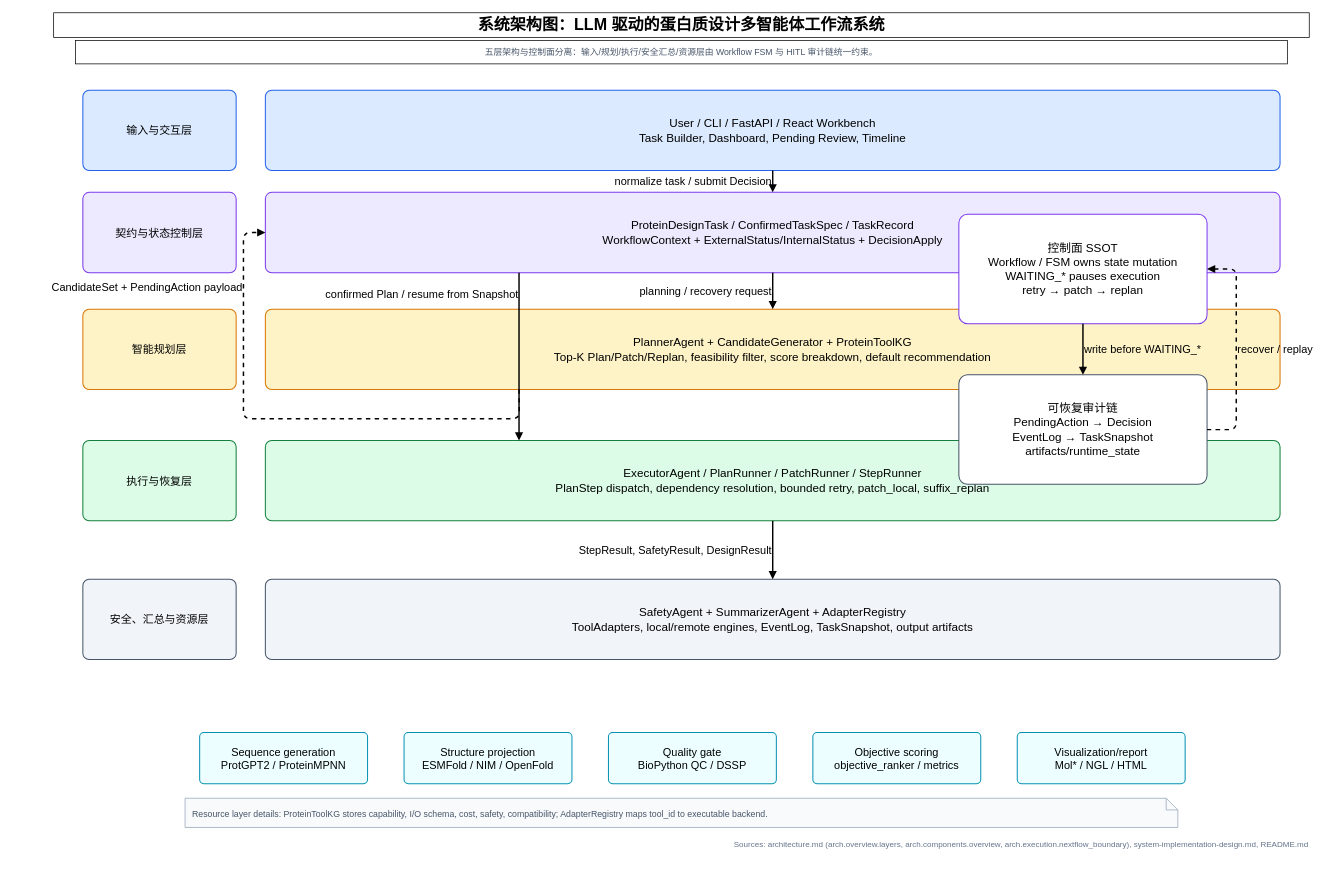
Before: paper/figures/system-architecture.drawio in Yuri-Kon/thesis-project, a draw.io diagram. Source tidied: cells renumbered, new cells numbered last; positions are measured from the earlier drawing's top-left corner, leaving out a move shared by most shapes. Both pictures are drawn from the tidied source at 73%, with x=0, y=0 at pixel (53, 12).
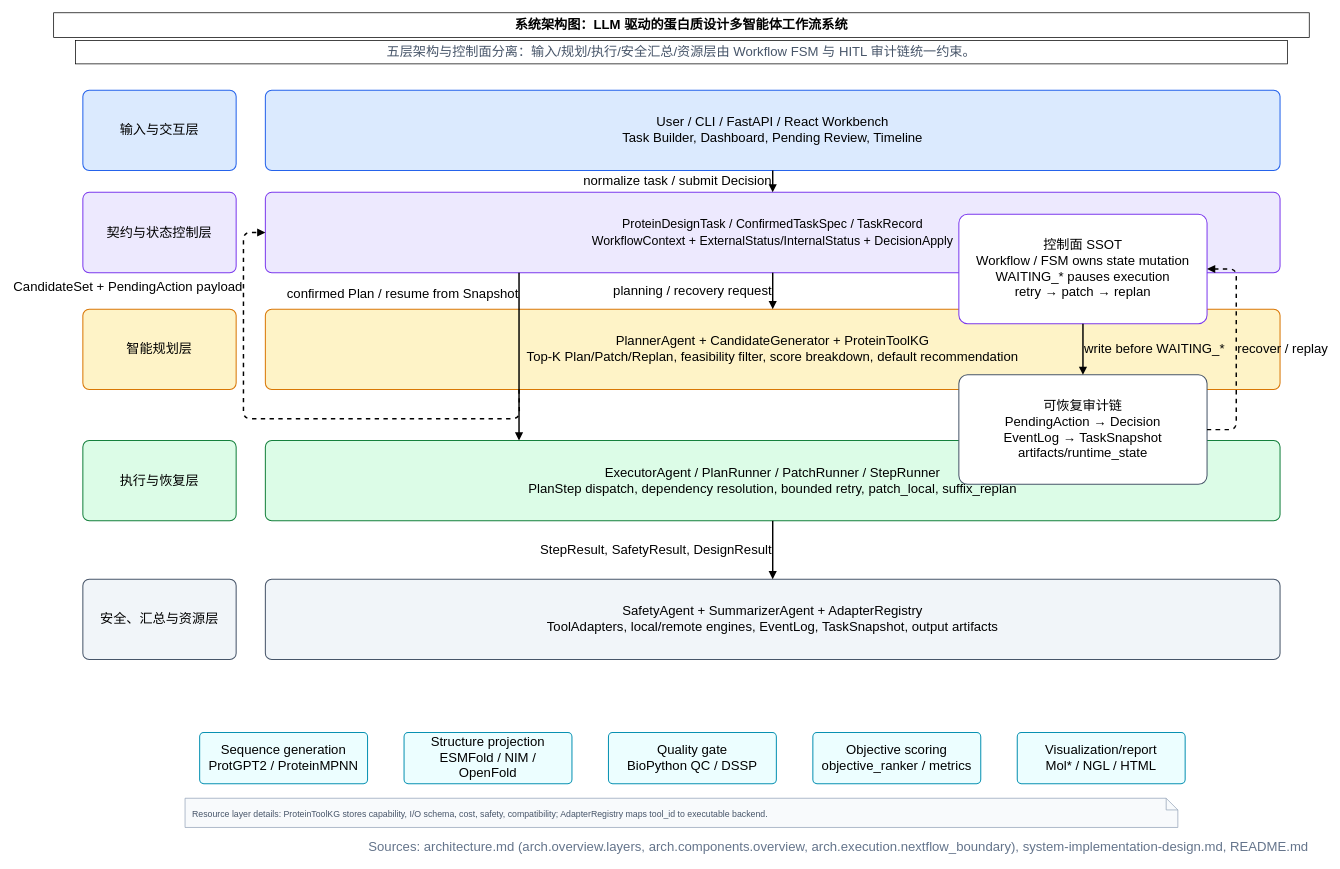
After the change.

Diff of the diagram source:
```diff
@@
+    <mxCell id="7" value="&lt;font style=&quot;font-size: 17px;&quot;&gt;ProteinDesignTask / ConfirmedTaskSpec / TaskRecord&lt;br&gt;WorkflowContext + ExternalStatus/InternalStatus + DecisionApply&lt;/font&gt;" style="rounded=1;whiteSpace=wrap;html=1;arcSize=8;fillColor=#EDE9FE;strokeColor=#7C3AED;strokeWidth=1.4;fontFamily=Helvetica;fontSize=18;align=center;verticalAlign=middle;spacing=8;" parent="1" vertex="1">
+      <mxGeometry x="290" y="246" width="1390" height="110" as="geometry" />
+    </mxCell>
-    <mxCell id="2" value="系统架构图：LLM 驱动的蛋白质设计多智能体工作流系统" style="fontFamily=Helvetica;fontSize=22;fontStyle=1;align=center;verticalAlign=middle;whiteSpace=wrap;html=1;" parent="1" vertex="1">
+    <mxCell id="2" value="系统架构图：LLM 驱动的蛋白质设计多智能体工作流系统" style="fontFamily=Helvetica;fontSize=18;fontStyle=1;align=center;verticalAlign=middle;whiteSpace=wrap;html=1;" parent="1" vertex="1">
       <mxGeometry width="1720" height="34" as="geometry" />
     </mxCell>
-    <mxCell id="3" value="五层架构与控制面分离：输入/规划/执行/安全汇总/资源层由 Workflow FSM 与 HITL 审计链统一约束。" style="fontFamily=Helvetica;fontSize=12;fontColor=#475569;align=center;verticalAlign=middle;whiteSpace=wrap;html=1;" parent="1" vertex="1">
+    <mxCell id="3" value="五层架构与控制面分离：输入/规划/执行/安全汇总/资源层由 Workflow FSM 与 HITL 审计链统一约束。" style="fontFamily=Helvetica;fontSize=18;fontColor=#475569;align=center;verticalAlign=middle;whiteSpace=wrap;html=1;" parent="1" vertex="1">
       <mxGeometry x="30" y="38" width="1660" height="32" as="geometry" />
     </mxCell>
-    <mxCell id="4" value="输入与交互层" style="rounded=1;whiteSpace=wrap;html=1;arcSize=8;fillColor=#DBEAFE;strokeColor=#2563EB;strokeWidth=1.4;fontFamily=Helvetica;fontSize=15;align=center;verticalAlign=middle;spacing=8;" parent="1" vertex="1">
+    <mxCell id="4" value="输入与交互层" style="rounded=1;whiteSpace=wrap;html=1;arcSize=8;fillColor=#DBEAFE;strokeColor=#2563EB;strokeWidth=1.4;fontFamily=Helvetica;fontSize=18;align=center;verticalAlign=middle;spacing=8;" parent="1" vertex="1">
       <mxGeometry x="40" y="106" width="210" height="110" as="geometry" />
     </mxCell>
-    <mxCell id="5" value="User / CLI / FastAPI / React Workbench&lt;br&gt;Task Builder, Dashboard, Pending Review, Timeline" style="rounded=1;whiteSpace=wrap;html=1;arcSize=8;fillColor=#DBEAFE;strokeColor=#2563EB;strokeWidth=1.4;fontFamily=Helvetica;fontSize=16;align=center;verticalAlign=middle;spacing=8;" parent="1" vertex="1">
+    <mxCell id="5" value="User / CLI / FastAPI / React Workbench&lt;br&gt;Task Builder, Dashboard, Pending Review, Timeline" style="rounded=1;whiteSpace=wrap;html=1;arcSize=8;fillColor=#DBEAFE;strokeColor=#2563EB;strokeWidth=1.4;fontFamily=Helvetica;fontSize=18;align=center;verticalAlign=middle;spacing=8;" parent="1" vertex="1">
       <mxGeometry x="290" y="106" width="1390" height="110" as="geometry" />
     </mxCell>
-    <mxCell id="6" value="契约与状态控制层" style="rounded=1;whiteSpace=wrap;html=1;arcSize=8;fillColor=#EDE9FE;strokeColor=#7C3AED;strokeWidth=1.4;fontFamily=Helvetica;fontSize=15;align=center;verticalAlign=middle;spacing=8;" parent="1" vertex="1">
+    <mxCell id="6" value="契约与状态控制层" style="rounded=1;whiteSpace=wrap;html=1;arcSize=8;fillColor=#EDE9FE;strokeColor=#7C3AED;strokeWidth=1.4;fontFamily=Helvetica;fontSize=18;align=center;verticalAlign=middle;spacing=8;" parent="1" vertex="1">
       <mxGeometry x="40" y="246" width="210" height="110" as="geometry" />
     </mxCell>
-    <mxCell id="7" value="ProteinDesignTask / ConfirmedTaskSpec / TaskRecord&lt;br&gt;WorkflowContext + ExternalStatus/InternalStatus + DecisionApply" style="rounded=1;whiteSpace=wrap;html=1;arcSize=8;fillColor=#EDE9FE;strokeColor=#7C3AED;strokeWidth=1.4;fontFamily=Helvetica;fontSize=16;align=center;verticalAlign=middle;spacing=8;" parent="1" vertex="1">
-      <mxGeometry x="290" y="246" width="1390" height="110" as="geometry" />
-    </mxCell>
-    <mxCell id="8" value="智能规划层" style="rounded=1;whiteSpace=wrap;html=1;arcSize=8;fillColor=#FEF3C7;strokeColor=#D97706;strokeWidth=1.4;fontFamily=Helvetica;fontSize=15;align=center;verticalAlign=middle;spacing=8;" parent="1" vertex="1">
+    <mxCell id="8" value="智能规划层" style="rounded=1;whiteSpace=wrap;html=1;arcSize=8;fillColor=#FEF3C7;strokeColor=#D97706;strokeWidth=1.4;fontFamily=Helvetica;fontSize=18;align=center;verticalAlign=middle;spacing=8;" parent="1" vertex="1">
       <mxGeometry x="40" y="406" width="210" height="110" as="geometry" />
     </mxCell>
-    <mxCell id="9" value="PlannerAgent + CandidateGenerator + ProteinToolKG&lt;br&gt;Top-K Plan/Patch/Replan, feasibility filter, score breakdown, default recommendation" style="rounded=1;whiteSpace=wrap;html=1;arcSize=8;fillColor=#FEF3C7;strokeColor=#D97706;strokeWidth=1.4;fontFamily=Helvetica;fontSize=16;align=center;verticalAlign=middle;spacing=8;" parent="1" vertex="1">
+    <mxCell id="9" value="PlannerAgent + CandidateGenerator + ProteinToolKG&lt;br&gt;Top-K Plan/Patch/Replan, feasibility filter, score breakdown, default recommendation" style="rounded=1;whiteSpace=wrap;html=1;arcSize=8;fillColor=#FEF3C7;strokeColor=#D97706;strokeWidth=1.4;fontFamily=Helvetica;fontSize=18;align=center;verticalAlign=middle;spacing=8;" parent="1" vertex="1">
       <mxGeometry x="290" y="406" width="1390" height="110" as="geometry" />
     </mxCell>
-    <mxCell id="10" value="执行与恢复层" style="rounded=1;whiteSpace=wrap;html=1;arcSize=8;fillColor=#DCFCE7;strokeColor=#15803D;strokeWidth=1.4;fontFamily=Helvetica;fontSize=15;align=center;verticalAlign=middle;spacing=8;" parent="1" vertex="1">
+    <mxCell id="10" value="执行与恢复层" style="rounded=1;whiteSpace=wrap;html=1;arcSize=8;fillColor=#DCFCE7;strokeColor=#15803D;strokeWidth=1.4;fontFamily=Helvetica;fontSize=18;align=center;verticalAlign=middle;spacing=8;" parent="1" vertex="1">
       <mxGeometry x="40" y="586" width="210" height="110" as="geometry" />
     </mxCell>
-    <mxCell id="11" value="ExecutorAgent / PlanRunner / PatchRunner / StepRunner&lt;br&gt;PlanStep dispatch, dependency resolution, bounded retry, patch_local, suffix_replan" style="rounded=1;whiteSpace=wrap;html=1;arcSize=8;fillColor=#DCFCE7;strokeColor=#15803D;strokeWidth=1.4;fontFamily=Helvetica;fontSize=16;align=center;verticalAlign=middle;spacing=8;" parent="1" vertex="1">
+    <mxCell id="11" value="ExecutorAgent / PlanRunner / PatchRunner / StepRunner&lt;br&gt;PlanStep dispatch, dependency resolution, bounded retry, patch_local, suffix_replan" style="rounded=1;whiteSpace=wrap;html=1;arcSize=8;fillColor=#DCFCE7;strokeColor=#15803D;strokeWidth=1.4;fontFamily=Helvetica;fontSize=18;align=center;verticalAlign=middle;spacing=8;" parent="1" vertex="1">
       <mxGeometry x="290" y="586" width="1390" height="110" as="geometry" />
     </mxCell>
-    <mxCell id="12" value="安全、汇总与资源层" style="rounded=1;whiteSpace=wrap;html=1;arcSize=8;fillColor=#F1F5F9;strokeColor=#475569;strokeWidth=1.4;fontFamily=Helvetica;fontSize=15;align=center;verticalAlign=middle;spacing=8;" parent="1" vertex="1">
+    <mxCell id="12" value="安全、汇总与资源层" style="rounded=1;whiteSpace=wrap;html=1;arcSize=8;fillColor=#F1F5F9;strokeColor=#475569;strokeWidth=1.4;fontFamily=Helvetica;fontSize=18;align=center;verticalAlign=middle;spacing=8;" parent="1" vertex="1">
       <mxGeometry x="40" y="776" width="210" height="110" as="geometry" />
     </mxCell>
-    <mxCell id="13" value="SafetyAgent + SummarizerAgent + AdapterRegistry&lt;br&gt;ToolAdapters, local/remote engines, EventLog, TaskSnapshot, output artifacts" style="rounded=1;whiteSpace=wrap;html=1;arcSize=8;fillColor=#F1F5F9;strokeColor=#475569;strokeWidth=1.4;fontFamily=Helvetica;fontSize=16;align=center;verticalAlign=middle;spacing=8;" parent="1" vertex="1">
+    <mxCell id="13" value="SafetyAgent + SummarizerAgent + AdapterRegistry&lt;br&gt;ToolAdapters, local/remote engines, EventLog, TaskSnapshot, output artifacts" style="rounded=1;whiteSpace=wrap;html=1;arcSize=8;fillColor=#F1F5F9;strokeColor=#475569;strokeWidth=1.4;fontFamily=Helvetica;fontSize=18;align=center;verticalAlign=middle;spacing=8;" parent="1" vertex="1">
       <mxGeometry x="290" y="776" width="1390" height="110" as="geometry" />
     </mxCell>
-    <mxCell id="14" value="normalize task / submit Decision" style="endArrow=block;html=1;rounded=1;strokeWidth=2;fontSize=15;fontFamily=Helvetica;labelBackgroundColor=none;labelPosition=left;verticalLabelPosition=middle;align=right;verticalAlign=middle;" parent="1" edge="1" source="5" target="7">
+    <mxCell id="14" value="normalize task / submit Decision" style="endArrow=block;html=1;rounded=1;strokeWidth=2;fontSize=18;fontFamily=Helvetica;labelBackgroundColor=none;labelPosition=left;verticalLabelPosition=middle;align=right;verticalAlign=middle;" parent="1" edge="1" source="5" target="7">
       <mxGeometry relative="1" as="geometry" />
     </mxCell>
-    <mxCell id="15" value="planning / recovery request" style="endArrow=block;html=1;rounded=1;strokeWidth=2;fontSize=15;fontFamily=Helvetica;labelBackgroundColor=none;entryX=0.5;entryY=0;entryDx=0;entryDy=0;exitX=0.5;exitY=1;exitDx=0;exitDy=0;labelPosition=left;verticalLabelPosition=middle;align=right;verticalAlign=middle;" parent="1" edge="1" source="7" target="9">
+    <mxCell id="15" value="planning / recovery request" style="endArrow=block;html=1;rounded=1;strokeWidth=2;fontSize=18;fontFamily=Helvetica;labelBackgroundColor=none;entryX=0.5;entryY=0;entryDx=0;entryDy=0;exitX=0.5;exitY=1;exitDx=0;exitDy=0;labelPosition=left;verticalLabelPosition=middle;align=right;verticalAlign=middle;" parent="1" edge="1" source="7" target="9">
       <mxGeometry relative="1" as="geometry" />
     </mxCell>
-    <mxCell id="16" value="CandidateSet + PendingAction payload" style="endArrow=block;html=1;rounded=1;strokeWidth=2;fontSize=15;fontFamily=Helvetica;labelBackgroundColor=none;dashed=1;exitX=0.25;exitY=1;exitDx=0;exitDy=0;entryX=0;entryY=0.5;entryDx=0;entryDy=0;labelPosition=left;verticalLabelPosition=middle;align=right;verticalAlign=middle;" parent="1" edge="1" source="9" target="7">
+    <mxCell id="16" value="CandidateSet + PendingAction payload" style="endArrow=block;html=1;rounded=1;strokeWidth=2;fontSize=18;fontFamily=Helvetica;labelBackgroundColor=none;dashed=1;exitX=0.25;exitY=1;exitDx=0;exitDy=0;entryX=0;entryY=0.5;entryDx=0;entryDy=0;labelPosition=left;verticalLabelPosition=middle;align=right;verticalAlign=middle;" parent="1" edge="1" source="9" target="7">
       <mxGeometry x="0.7" relative="1" as="geometry">
         <Array as="points">
           <mxPoint x="638" y="556" />
           <mxPoint x="260" y="556" />
           <mxPoint x="260" y="301" />
         </Array>
       </mxGeometry>
     </mxCell>
-    <mxCell id="17" value="confirmed Plan / resume from Snapshot" style="endArrow=block;html=1;rounded=1;strokeWidth=2;fontSize=15;fontFamily=Helvetica;labelBackgroundColor=none;exitX=0.25;exitY=1;exitDx=0;exitDy=0;entryX=0.25;entryY=0;entryDx=0;entryDy=0;labelPosition=left;verticalLabelPosition=middle;align=right;verticalAlign=middle;" parent="1" edge="1" source="7" target="11">
+    <mxCell id="17" value="confirmed Plan / resume from Snapshot" style="endArrow=block;html=1;rounded=1;strokeWidth=2;fontSize=18;fontFamily=Helvetica;labelBackgroundColor=none;exitX=0.25;exitY=1;exitDx=0;exitDy=0;entryX=0.25;entryY=0;entryDx=0;entryDy=0;labelPosition=left;verticalLabelPosition=middle;align=right;verticalAlign=middle;" parent="1" edge="1" source="7" target="11">
       <mxGeometry x="-0.74" relative="1" as="geometry">
         <mxPoint y="-1" as="offset" />
       </mxGeometry>
     </mxCell>
-    <mxCell id="18" value="StepResult, SafetyResult, DesignResult" style="endArrow=block;html=1;rounded=1;strokeWidth=2;fontSize=15;fontFamily=Helvetica;labelBackgroundColor=none;labelPosition=left;verticalLabelPosition=middle;align=right;verticalAlign=middle;" parent="1" edge="1" source="11" target="13">
+    <mxCell id="18" value="StepResult, SafetyResult, DesignResult" style="endArrow=block;html=1;rounded=1;strokeWidth=2;fontSize=18;fontFamily=Helvetica;labelBackgroundColor=none;labelPosition=left;verticalLabelPosition=middle;align=right;verticalAlign=middle;" parent="1" edge="1" source="11" target="13">
       <mxGeometry relative="1" as="geometry" />
     </mxCell>
-    <mxCell id="19" value="控制面 SSOT&lt;br&gt;Workflow / FSM owns state mutation&lt;br&gt;WAITING_* pauses execution&lt;br&gt;retry → patch → replan" style="rounded=1;whiteSpace=wrap;html=1;arcSize=8;fillColor=#FFFFFF;strokeColor=#7C3AED;strokeWidth=1.4;fontFamily=Helvetica;fontSize=16;align=center;verticalAlign=middle;spacing=8;" parent="1" vertex="1">
+    <mxCell id="19" value="控制面 SSOT&lt;br&gt;Workflow / FSM owns state mutation&lt;br&gt;WAITING_* pauses execution&lt;br&gt;retry → patch → replan" style="rounded=1;whiteSpace=wrap;html=1;arcSize=8;fillColor=#FFFFFF;strokeColor=#7C3AED;strokeWidth=1.4;fontFamily=Helvetica;fontSize=18;align=center;verticalAlign=middle;spacing=8;" parent="1" vertex="1">
       <mxGeometry x="1240" y="276" width="340" height="150" as="geometry" />
     </mxCell>
-    <mxCell id="20" value="可恢复审计链&lt;br&gt;PendingAction → Decision&lt;br&gt;EventLog → TaskSnapshot&lt;br&gt;artifacts/runtime_state" style="rounded=1;whiteSpace=wrap;html=1;arcSize=8;fillColor=#FFFFFF;strokeColor=#475569;strokeWidth=1.4;fontFamily=Helvetica;fontSize=16;align=center;verticalAlign=middle;spacing=8;" parent="1" vertex="1">
+    <mxCell id="20" value="可恢复审计链&lt;br&gt;PendingAction → Decision&lt;br&gt;EventLog → TaskSnapshot&lt;br&gt;artifacts/runtime_state" style="rounded=1;whiteSpace=wrap;html=1;arcSize=8;fillColor=#FFFFFF;strokeColor=#475569;strokeWidth=1.4;fontFamily=Helvetica;fontSize=18;align=center;verticalAlign=middle;spacing=8;" parent="1" vertex="1">
       <mxGeometry x="1240" y="496" width="340" height="150" as="geometry" />
     </mxCell>
-    <mxCell id="21" value="write before WAITING_*" style="endArrow=block;html=1;rounded=1;strokeWidth=2;fontSize=15;fontFamily=Helvetica;labelBackgroundColor=none;labelPosition=right;verticalLabelPosition=middle;align=left;verticalAlign=middle;" parent="1" edge="1" source="19" target="20">
+    <mxCell id="21" value="write before WAITING_*" style="endArrow=block;html=1;rounded=1;strokeWidth=2;fontSize=18;fontFamily=Helvetica;labelBackgroundColor=none;labelPosition=right;verticalLabelPosition=middle;align=left;verticalAlign=middle;" parent="1" edge="1" source="19" target="20">
       <mxGeometry relative="1" as="geometry">
         <Array as="points">
           <mxPoint x="1410" y="456" />
           <mxPoint x="1410" y="476" />
         </Array>
       </mxGeometry>
     </mxCell>
-    <mxCell id="22" value="recover / replay" style="endArrow=block;html=1;rounded=1;strokeWidth=2;fontSize=15;fontFamily=Helvetica;labelBackgroundColor=none;dashed=1;labelPosition=right;verticalLabelPosition=middle;align=left;verticalAlign=middle;" parent="1" edge="1" source="20" target="19">
+    <mxCell id="22" value="recover / replay" style="endArrow=block;html=1;rounded=1;strokeWidth=2;fontSize=18;fontFamily=Helvetica;labelBackgroundColor=none;dashed=1;labelPosition=right;verticalLabelPosition=middle;align=left;verticalAlign=middle;" parent="1" edge="1" source="20" target="19">
       <mxGeometry relative="1" as="geometry">
         <Array as="points">
           <mxPoint x="1585" y="571" />
           <mxPoint x="1620" y="571" />
           <mxPoint x="1620" y="351" />
           <mxPoint x="1585" y="351" />
         </Array>
       </mxGeometry>
     </mxCell>
-    <mxCell id="23" value="Sequence generation&lt;br&gt;ProtGPT2 / ProteinMPNN" style="rounded=1;whiteSpace=wrap;html=1;arcSize=8;fillColor=#ECFEFF;strokeColor=#0891B2;strokeWidth=1.4;fontFamily=Helvetica;fontSize=15;align=center;verticalAlign=middle;spacing=8;" parent="1" vertex="1">
+    <mxCell id="23" value="Sequence generation&lt;br&gt;ProtGPT2 / ProteinMPNN" style="rounded=1;whiteSpace=wrap;html=1;arcSize=8;fillColor=#ECFEFF;strokeColor=#0891B2;strokeWidth=1.4;fontFamily=Helvetica;fontSize=18;align=center;verticalAlign=middle;spacing=8;" parent="1" vertex="1">
       <mxGeometry x="200" y="986" width="230" height="70" as="geometry" />
     </mxCell>
-    <mxCell id="24" value="Structure projection&lt;br&gt;ESMFold / NIM / OpenFold" style="rounded=1;whiteSpace=wrap;html=1;arcSize=8;fillColor=#ECFEFF;strokeColor=#0891B2;strokeWidth=1.4;fontFamily=Helvetica;fontSize=15;align=center;verticalAlign=middle;spacing=8;" parent="1" vertex="1">
+    <mxCell id="24" value="Structure projection&lt;br&gt;ESMFold / NIM / OpenFold" style="rounded=1;whiteSpace=wrap;html=1;arcSize=8;fillColor=#ECFEFF;strokeColor=#0891B2;strokeWidth=1.4;fontFamily=Helvetica;fontSize=18;align=center;verticalAlign=middle;spacing=8;" parent="1" vertex="1">
       <mxGeometry x="480" y="986" width="230" height="70" as="geometry" />
     </mxCell>
-    <mxCell id="25" value="Quality gate&lt;br&gt;BioPython QC / DSSP" style="rounded=1;whiteSpace=wrap;html=1;arcSize=8;fillColor=#ECFEFF;strokeColor=#0891B2;strokeWidth=1.4;fontFamily=Helvetica;fontSize=15;align=center;verticalAlign=middle;spacing=8;" parent="1" vertex="1">
+    <mxCell id="25" value="Quality gate&lt;br&gt;BioPython QC / DSSP" style="rounded=1;whiteSpace=wrap;html=1;arcSize=8;fillColor=#ECFEFF;strokeColor=#0891B2;strokeWidth=1.4;fontFamily=Helvetica;fontSize=18;align=center;verticalAlign=middle;spacing=8;" parent="1" vertex="1">
       <mxGeometry x="760" y="986" width="230" height="70" as="geometry" />
     </mxCell>
-    <mxCell id="26" value="Objective scoring&lt;br&gt;objective_ranker / metrics" style="rounded=1;whiteSpace=wrap;html=1;arcSize=8;fillColor=#ECFEFF;strokeColor=#0891B2;strokeWidth=1.4;fontFamily=Helvetica;fontSize=15;align=center;verticalAlign=middle;spacing=8;" parent="1" vertex="1">
+    <mxCell id="26" value="Objective scoring&lt;br&gt;objective_ranker / metrics" style="rounded=1;whiteSpace=wrap;html=1;arcSize=8;fillColor=#ECFEFF;strokeColor=#0891B2;strokeWidth=1.4;fontFamily=Helvetica;fontSize=18;align=center;verticalAlign=middle;spacing=8;" parent="1" vertex="1">
       <mxGeometry x="1040" y="986" width="230" height="70" as="geometry" />
     </mxCell>
-    <mxCell id="27" value="Visualization/report&lt;br&gt;Mol* / NGL / HTML" style="rounded=1;whiteSpace=wrap;html=1;arcSize=8;fillColor=#ECFEFF;strokeColor=#0891B2;strokeWidth=1.4;fontFamily=Helvetica;fontSize=15;align=center;verticalAlign=middle;spacing=8;" parent="1" vertex="1">
+    <mxCell id="27" value="Visualization/report&lt;br&gt;Mol* / NGL / HTML" style="rounded=1;whiteSpace=wrap;html=1;arcSize=8;fillColor=#ECFEFF;strokeColor=#0891B2;strokeWidth=1.4;fontFamily=Helvetica;fontSize=18;align=center;verticalAlign=middle;spacing=8;" parent="1" vertex="1">
       <mxGeometry x="1320" y="986" width="230" height="70" as="geometry" />
     </mxCell>
-    <mxCell id="28" value="Resource layer details: ProteinToolKG stores capability, I/O schema, cost, safety, compatibility; AdapterRegistry maps tool_id to executable backend." style="shape=note;whiteSpace=wrap;html=1;size=16;fillColor=#F8FAFC;strokeColor=#94A3B8;fontFamily=Helvetica;fontSize=13;fontSize=12;fontColor=#475569;align=left;verticalAlign=top;spacing=10;" parent="1" vertex="1">
+    <mxCell id="28" value="Resource layer details: ProteinToolKG stores capability, I/O schema, cost, safety, compatibility; AdapterRegistry maps tool_id to executable backend." style="shape=note;whiteSpace=wrap;html=1;size=16;fillColor=#F8FAFC;strokeColor=#94A3B8;fontFamily=Helvetica;fontSize=18;fontSize=12;fontColor=#475569;align=left;verticalAlign=top;spacing=10;" parent="1" vertex="1">
       <mxGeometry x="180" y="1076" width="1360" height="40" as="geometry" />
     </mxCell>
-    <mxCell id="29" value="Sources: architecture.md (arch.overview.layers, arch.components.overview, arch.execution.nextflow_boundary), system-implementation-design.md, README.md" style="text;html=1;strokeColor=none;fillColor=none;fontSize=11;fontColor=#64748B;align=right;" parent="1" vertex="1">
+    <mxCell id="29" value="Sources: architecture.md (arch.overview.layers, arch.components.overview, arch.execution.nextflow_boundary), system-implementation-design.md, README.md" style="text;html=1;strokeColor=none;fillColor=none;fontSize=18;fontColor=#64748B;align=right;" parent="1" vertex="1">
       <mxGeometry y="1126" width="1720" height="30" as="geometry" />
     </mxCell>
```
